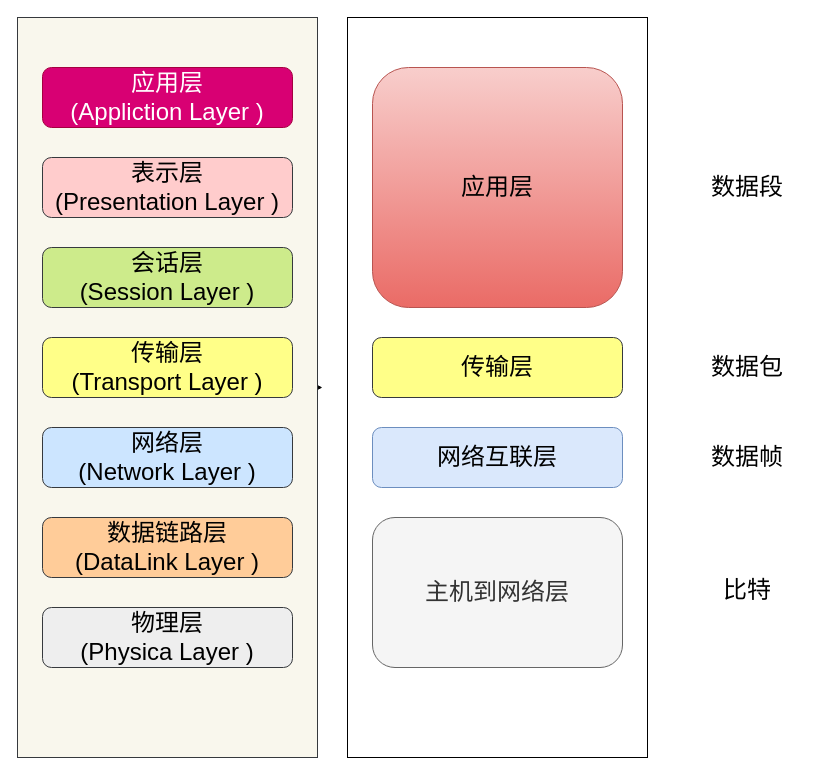
Before: seven-network-layer.drawio in siyaEng/xml, a draw.io diagram. Source tidied: cells renumbered, new cells numbered last; positions are measured from the earlier drawing's top-left corner, leaving out a move shared by most shapes. Both pictures are drawn from the tidied source at 100%, with x=0, y=0 at pixel (17, 17).
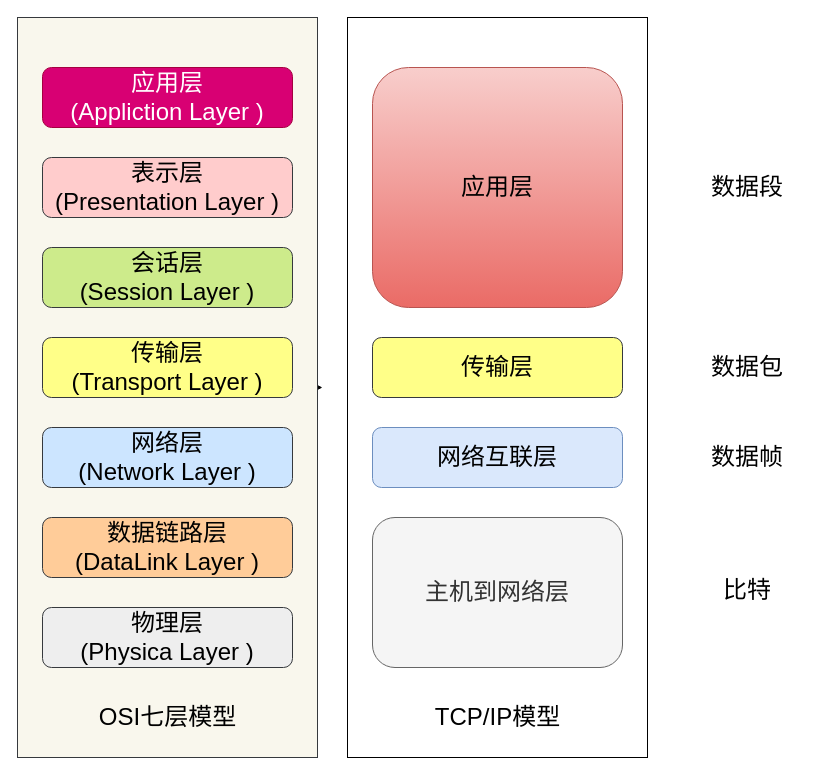
Above is the later version.

The edit, as a diff of the source:
```diff
@@
+    <mxCell id="20" value="&lt;span style=&quot;font-size: 24px&quot;&gt;OSI七层模型&lt;/span&gt;" style="text;html=1;strokeColor=none;fillColor=none;align=center;verticalAlign=middle;whiteSpace=wrap;rounded=0;" parent="1" vertex="1">
+      <mxGeometry x="62.5" y="685" width="175" height="30" as="geometry" />
+    </mxCell>
+    <mxCell id="21" value="&lt;span style=&quot;font-size: 24px&quot;&gt;TCP/IP模型&lt;/span&gt;" style="text;html=1;strokeColor=none;fillColor=none;align=center;verticalAlign=middle;whiteSpace=wrap;rounded=0;" parent="1" vertex="1">
+      <mxGeometry x="407.5" y="690" width="145" height="20" as="geometry" />
+    </mxCell>
```
